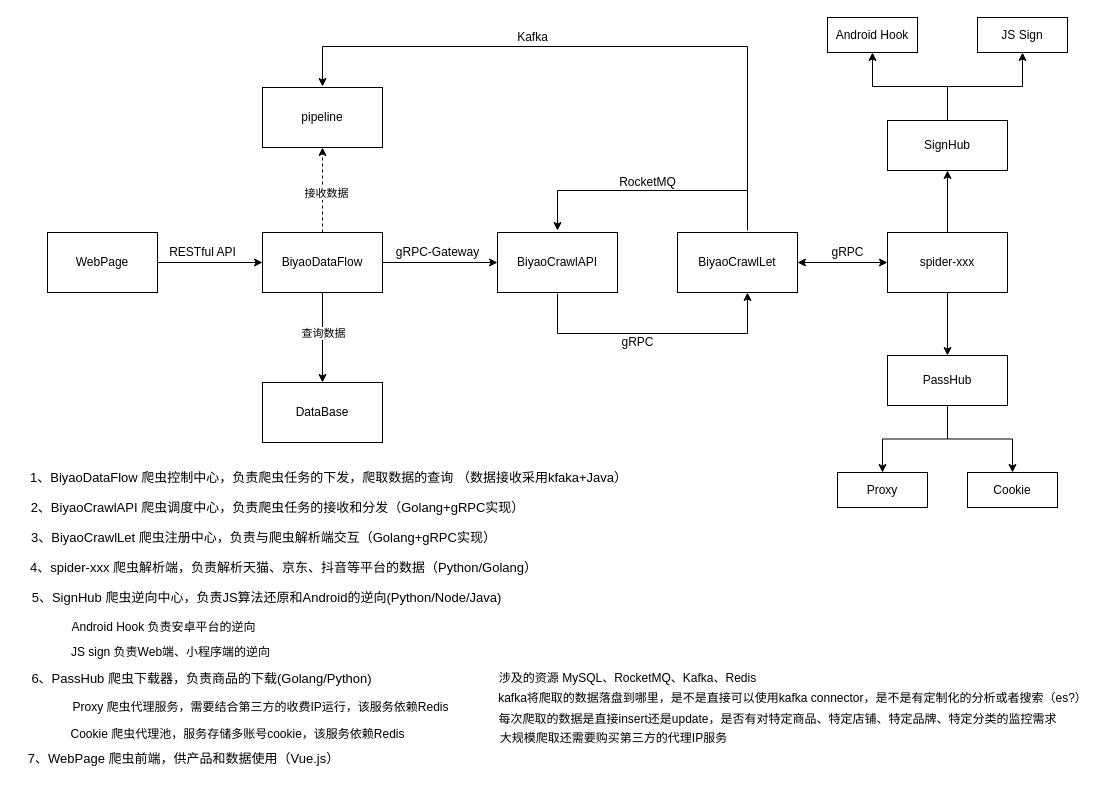
This is Untitled Diagram.drawio from fovegage/argocd-lab, a draw.io file, before an edit. Source tidied: cells renumbered, new cells numbered last; positions are measured from the earlier drawing's top-left corner, leaving out a move shared by most shapes. Both pictures are drawn from the tidied source at 100%, with x=0, y=0 at pixel (17, 17).
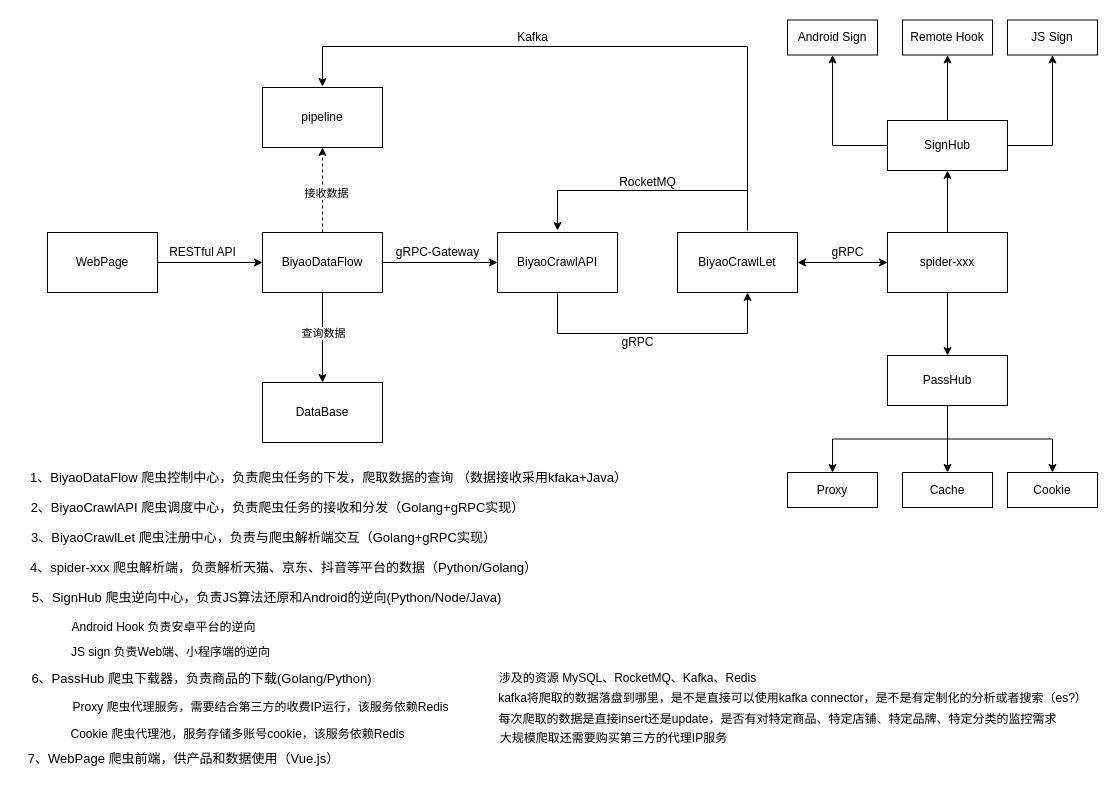
The same page after the edit.

The change refers to these unchanged cells:
```xml
<mxCell id="28" value="SignHub" style="rounded=0;whiteSpace=wrap;html=1;" parent="1" vertex="1">
  <mxGeometry x="870" y="103" width="120" height="50" as="geometry" />
</mxCell>
<mxCell id="31" value="PassHub" style="rounded=0;whiteSpace=wrap;html=1;" parent="1" vertex="1">
  <mxGeometry x="870" y="338" width="120" height="50" as="geometry" />
</mxCell>
```

Diff of the diagram source:
```diff
@@
     <mxCell id="27" style="edgeStyle=orthogonalEdgeStyle;rounded=0;jettySize=auto;html=1;entryX=0.5;entryY=1;entryDx=0;entryDy=0;" parent="1" edge="1" source="28" target="39">
-      <mxGeometry relative="1" as="geometry" />
+      <mxGeometry relative="1" as="geometry">
+        <Array as="points">
+          <mxPoint x="1035" y="128" />
+        </Array>
+      </mxGeometry>
     </mxCell>
+    <mxCell id="52" style="edgeStyle=orthogonalEdgeStyle;rounded=0;jettySize=auto;html=1;entryX=0.5;entryY=1;entryDx=0;entryDy=0;" parent="1" edge="1" source="28" target="54">
+      <mxGeometry relative="1" as="geometry" />
+    </mxCell>
@@
+    <mxCell id="53" style="edgeStyle=orthogonalEdgeStyle;rounded=0;jettySize=auto;html=1;" parent="1" edge="1" source="31" target="55">
+      <mxGeometry relative="1" as="geometry" />
+    </mxCell>
@@
-    <mxCell id="38" value="Android Hook" style="rounded=0;whiteSpace=wrap;html=1;" parent="1" vertex="1">
-      <mxGeometry x="810" width="90" height="35" as="geometry" />
+    <mxCell id="38" value="Android Sign" style="rounded=0;whiteSpace=wrap;html=1;" parent="1" vertex="1">
+      <mxGeometry x="770" y="2.5" width="90" height="35" as="geometry" />
     </mxCell>
     <mxCell id="39" value="JS Sign" style="rounded=0;whiteSpace=wrap;html=1;" parent="1" vertex="1">
-      <mxGeometry x="960" width="90" height="35" as="geometry" />
+      <mxGeometry x="990" y="2.5" width="90" height="35" as="geometry" />
     </mxCell>
     <mxCell id="40" value="Proxy" style="rounded=0;whiteSpace=wrap;html=1;" parent="1" vertex="1">
-      <mxGeometry x="820" y="455" width="90" height="35" as="geometry" />
+      <mxGeometry x="770" y="455" width="90" height="35" as="geometry" />
     </mxCell>
     <mxCell id="41" value="Cookie" style="rounded=0;whiteSpace=wrap;html=1;" parent="1" vertex="1">
-      <mxGeometry x="950" y="455" width="90" height="35" as="geometry" />
+      <mxGeometry x="990" y="455" width="90" height="35" as="geometry" />
     </mxCell>
@@
+    <mxCell id="54" value="Remote Hook" style="rounded=0;whiteSpace=wrap;html=1;" parent="1" vertex="1">
+      <mxGeometry x="885" y="2.5" width="90" height="35" as="geometry" />
+    </mxCell>
+    <mxCell id="55" value="Cache" style="rounded=0;whiteSpace=wrap;html=1;" parent="1" vertex="1">
+      <mxGeometry x="885" y="455" width="90" height="35" as="geometry" />
+    </mxCell>
```
